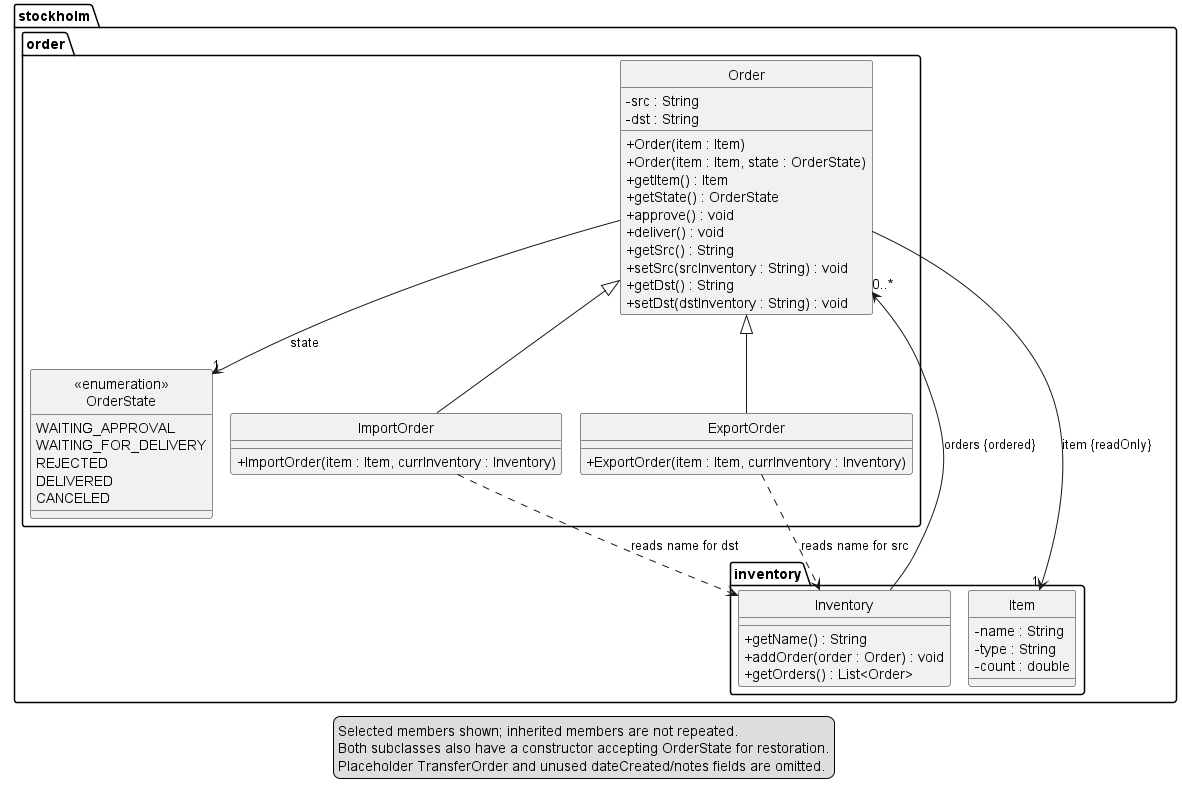
Above: docs/images/OrderClassDiagram.png in AY2627S1-CS2113-W14-4/tp (PlantUML), before the change.
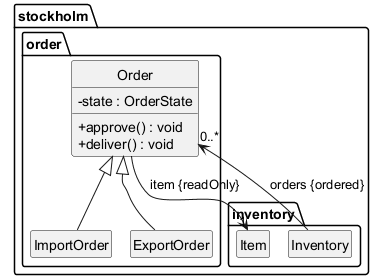
The same file after the commit.

Commit message:
docs: Simplify Order class diagram

The edit, as a diff of the source:
```diff
@@ -1,66 +1,27 @@
 @startuml
 !pragma layout smetana
 hide circle
+hide empty members
 skinparam classAttributeIconSize 0
 
 package "stockholm.order" {
     class Order {
-        - src : String
-        - dst : String
-        + Order(item : Item)
-        + Order(item : Item, state : OrderState)
-        + getItem() : Item
-        + getState() : OrderState
+        - state : OrderState
         + approve() : void
         + deliver() : void
-        + getSrc() : String
-        + setSrc(srcInventory : String) : void
-        + getDst() : String
-        + setDst(dstInventory : String) : void
     }
 
-    class ImportOrder {
-        + ImportOrder(item : Item, currInventory : Inventory)
-    }
-
-    class ExportOrder {
-        + ExportOrder(item : Item, currInventory : Inventory)
-    }
-
-    enum "<<enumeration>>\nOrderState" as OrderState {
-        WAITING_APPROVAL
-        WAITING_FOR_DELIVERY
-        REJECTED
-        DELIVERED
-        CANCELED
-    }
+    class ImportOrder
+    class ExportOrder
 }
 
 package "stockholm.inventory" {
-    class Inventory {
-        + getName() : String
-        + addOrder(order : Order) : void
-        + getOrders() : List<Order>
-    }
-
-    class Item {
-        - name : String
-        - type : String
-        - count : double
-    }
+    class Inventory
+    class Item
 }
 
 Order <|-- ImportOrder
 Order <|-- ExportOrder
 Order --> "1" Item : item {readOnly}
-Order --> "1" OrderState : state
 Inventory --> "0..*" Order : orders {ordered}
-ImportOrder ..> Inventory : reads name for dst
-ExportOrder ..> Inventory : reads name for src
-
-legend bottom
-    Selected members shown; inherited members are not repeated.
-    Both subclasses also have a constructor accepting OrderState for restoration.
-    Placeholder TransferOrder and unused dateCreated/notes fields are omitted.
-endlegend
 @enduml
```
